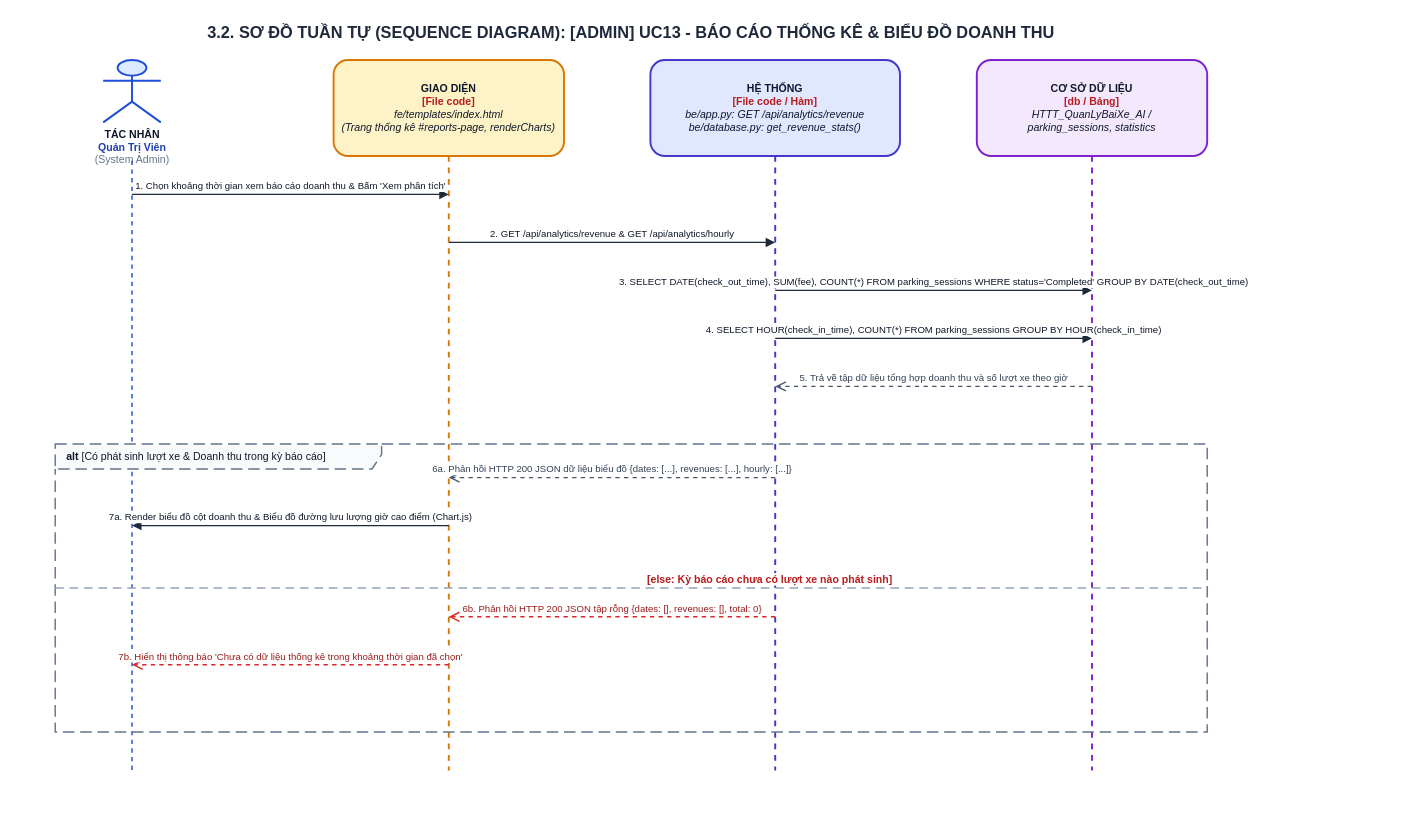
This is ongthanquoctruong_24CT2_cnpm/docs/drawio/uc13_admin_analytics.drawio from Truong027/CNPM24, a draw.io file, before an edit. Source tidied: cells renumbered, new cells numbered last; positions are measured from the earlier drawing's top-left corner, leaving out a move shared by most shapes. Both pictures are drawn from the tidied source at 96%, with x=0, y=0 at pixel (16, 16).
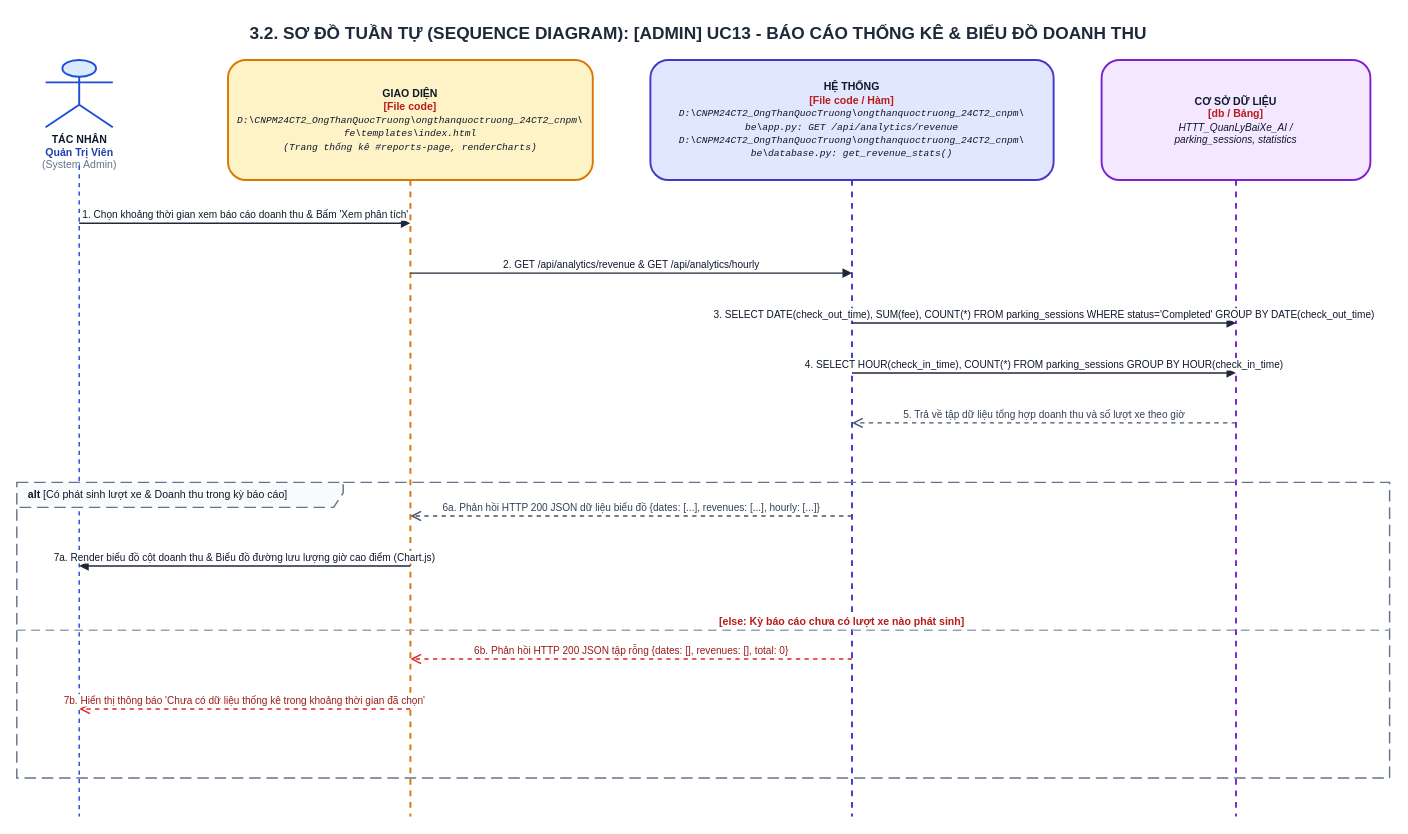
After the change.

What changed in the source:
```diff
@@
-    <mxCell id="2" value="&lt;b&gt;3.2. SƠ ĐỒ TUẦN TỰ (SEQUENCE DIAGRAM): [ADMIN] UC13 - BÁO CÁO THỐNG KÊ &amp; BIỂU ĐỒ DOANH THU&lt;/b&gt;" style="text;html=1;strokeColor=none;fillColor=none;align=center;verticalAlign=middle;whiteSpace=wrap;rounded=0;fontSize=17;fontColor=#1E293B;fontStyle=1;" parent="1" vertex="1">
-      <mxGeometry width="1280" height="35" as="geometry" />
+    <mxCell id="2" value="&lt;b&gt;3.2. SƠ ĐỒ TUẦN TỰ (SEQUENCE DIAGRAM): [ADMIN] UC13 - BÁO CÁO THỐNG KÊ &amp; BIỂU ĐỒ DOANH THU&lt;/b&gt;" style="text;html=1;strokeColor=none;fillColor=none;align=center;verticalAlign=middle;whiteSpace=wrap;rounded=0;fontSize=18;fontColor=#1E293B;fontStyle=1;" parent="1" vertex="1">
+      <mxGeometry width="1420" height="35" as="geometry" />
     </mxCell>
     <mxCell id="3" value="&lt;b&gt;TÁC NHÂN&lt;/b&gt;&lt;br/&gt;&lt;font color='#1E40AF'&gt;&lt;b&gt;Quản Trị Viên&lt;/b&gt;&lt;/font&gt;&lt;br/&gt;&lt;font color='#64748B'&gt;(System Admin)&lt;/font&gt;" style="shape=umlActor;verticalLabelPosition=bottom;verticalAlign=top;html=1;fillColor=#DBEAFE;strokeColor=#1D4ED8;strokeWidth=2;fontSize=11;fontColor=#0F172A;align=center;" parent="1" vertex="1">
-      <mxGeometry x="90" y="45" width="60" height="65" as="geometry" />
+      <mxGeometry x="30" y="45" width="70" height="70" as="geometry" />
     </mxCell>
     <mxCell id="4" style="endArrow=none;dashed=1;html=1;strokeWidth=1.5;strokeColor=#1D4ED8;" parent="1" edge="1">
       <mxGeometry relative="1" as="geometry">
-        <mxPoint x="120" y="150" as="sourcePoint" />
-        <mxPoint x="120" y="785" as="targetPoint" />
+        <mxPoint x="65" y="155" as="sourcePoint" />
+        <mxPoint x="65" y="833" as="targetPoint" />
       </mxGeometry>
     </mxCell>
-    <mxCell id="5" value="&lt;b&gt;GIAO DIỆN&lt;/b&gt;&lt;br/&gt;&lt;font color='#B91C1C'&gt;&lt;b&gt;[File code]&lt;/b&gt;&lt;/font&gt;&lt;br/&gt;&lt;i&gt;fe/templates/index.html&lt;br/&gt;(Trang thống kê #reports-page, renderCharts)&lt;/i&gt;" style="shape=umlLifeline;perimeter=lifelinePerimeter;whiteSpace=wrap;html=1;size=100;fillColor=#FEF3C7;strokeColor=#D97706;strokeWidth=2;fontColor=#0F172A;rounded=1;shadow=0;fontSize=11;align=center;" parent="1" vertex="1">
-      <mxGeometry x="330" y="45" width="240" height="740" as="geometry" />
+    <mxCell id="5" value="&lt;b&gt;GIAO DIỆN&lt;/b&gt;&lt;br/&gt;&lt;font color='#B91C1C'&gt;&lt;b&gt;[File code]&lt;/b&gt;&lt;/font&gt;&lt;br/&gt;&lt;font style='font-size: 10px; font-family: Consolas, monospace;'&gt;&lt;i&gt;D:\CNPM24CT2_OngThanQuocTruong\ongthanquoctruong_24CT2_cnpm\&lt;br/&gt;fe\templates\index.html&lt;br/&gt;(Trang thống kê #reports-page, renderCharts)&lt;/i&gt;&lt;/font&gt;" style="shape=umlLifeline;perimeter=lifelinePerimeter;whiteSpace=wrap;html=1;size=125;fillColor=#FEF3C7;strokeColor=#D97706;strokeWidth=2;fontColor=#0F172A;rounded=1;shadow=0;fontSize=11;align=center;" parent="1" vertex="1">
+      <mxGeometry x="220" y="45" width="380" height="788" as="geometry" />
     </mxCell>
-    <mxCell id="6" value="&lt;b&gt;HỆ THỐNG&lt;/b&gt;&lt;br/&gt;&lt;font color='#B91C1C'&gt;&lt;b&gt;[File code / Hàm]&lt;/b&gt;&lt;/font&gt;&lt;br/&gt;&lt;i&gt;be/app.py: GET /api/analytics/revenue&lt;br/&gt;be/database.py: get_revenue_stats()&lt;/i&gt;" style="shape=umlLifeline;perimeter=lifelinePerimeter;whiteSpace=wrap;html=1;size=100;fillColor=#E0E7FF;strokeColor=#4338CA;strokeWidth=2;fontColor=#0F172A;rounded=1;shadow=0;fontSize=11;align=center;" parent="1" vertex="1">
-      <mxGeometry x="660" y="45" width="260" height="740" as="geometry" />
+    <mxCell id="6" value="&lt;b&gt;HỆ THỐNG&lt;/b&gt;&lt;br/&gt;&lt;font color='#B91C1C'&gt;&lt;b&gt;[File code / Hàm]&lt;/b&gt;&lt;/font&gt;&lt;br/&gt;&lt;font style='font-size: 10px; font-family: Consolas, monospace;'&gt;&lt;i&gt;D:\CNPM24CT2_OngThanQuocTruong\ongthanquoctruong_24CT2_cnpm\&lt;br/&gt;be\app.py: GET /api/analytics/revenue&lt;br/&gt;D:\CNPM24CT2_OngThanQuocTruong\ongthanquoctruong_24CT2_cnpm\&lt;br/&gt;be\database.py: get_revenue_stats()&lt;/i&gt;&lt;/font&gt;" style="shape=umlLifeline;perimeter=lifelinePerimeter;whiteSpace=wrap;html=1;size=125;fillColor=#E0E7FF;strokeColor=#4338CA;strokeWidth=2;fontColor=#0F172A;rounded=1;shadow=0;fontSize=11;align=center;" parent="1" vertex="1">
+      <mxGeometry x="660" y="45" width="420" height="788" as="geometry" />
     </mxCell>
-    <mxCell id="7" value="&lt;b&gt;CƠ SỞ DỮ LIỆU&lt;/b&gt;&lt;br/&gt;&lt;font color='#B91C1C'&gt;&lt;b&gt;[db / Bảng]&lt;/b&gt;&lt;/font&gt;&lt;br/&gt;&lt;i&gt;HTTT_QuanLyBaiXe_AI /&lt;br/&gt;parking_sessions, statistics&lt;/i&gt;" style="shape=umlLifeline;perimeter=lifelinePerimeter;whiteSpace=wrap;html=1;size=100;fillColor=#F3E8FF;strokeColor=#7E22CE;strokeWidth=2;fontColor=#0F172A;rounded=1;shadow=0;fontSize=11;align=center;" parent="1" vertex="1">
-      <mxGeometry x="1000" y="45" width="240" height="740" as="geometry" />
+    <mxCell id="7" value="&lt;b&gt;CƠ SỞ DỮ LIỆU&lt;/b&gt;&lt;br/&gt;&lt;font color='#B91C1C'&gt;&lt;b&gt;[db / Bảng]&lt;/b&gt;&lt;/font&gt;&lt;br/&gt;&lt;font style='font-size: 10.5px;'&gt;&lt;i&gt;HTTT_QuanLyBaiXe_AI /&lt;br/&gt;parking_sessions, statistics&lt;/i&gt;&lt;/font&gt;" style="shape=umlLifeline;perimeter=lifelinePerimeter;whiteSpace=wrap;html=1;size=125;fillColor=#F3E8FF;strokeColor=#7E22CE;strokeWidth=2;fontColor=#0F172A;rounded=1;shadow=0;fontSize=11;align=center;" parent="1" vertex="1">
+      <mxGeometry x="1130" y="45" width="280" height="788" as="geometry" />
     </mxCell>
-    <mxCell id="8" value="1. Chọn khoảng thời gian xem báo cáo doanh thu &amp; Bấm 'Xem phân tích'" style="html=1;verticalAlign=bottom;endArrow=block;rounded=0;strokeColor=#1E293B;strokeWidth=1.5;fontColor=#0F172A;fontSize=10;" parent="1" edge="1">
+    <mxCell id="8" value="1. Chọn khoảng thời gian xem báo cáo doanh thu &amp; Bấm 'Xem phân tích'" style="html=1;verticalAlign=bottom;endArrow=block;rounded=0;strokeColor=#1E293B;strokeWidth=1.5;fontColor=#0F172A;fontSize=10.5;" parent="1" edge="1">
       <mxGeometry relative="1" as="geometry">
-        <mxPoint x="120" y="185" as="sourcePoint" />
-        <mxPoint x="450" y="185" as="targetPoint" />
+        <mxPoint x="65" y="215" as="sourcePoint" />
+        <mxPoint x="410" y="215" as="targetPoint" />
       </mxGeometry>
     </mxCell>
-    <mxCell id="9" value="2. GET /api/analytics/revenue &amp; GET /api/analytics/hourly" style="html=1;verticalAlign=bottom;endArrow=block;rounded=0;strokeColor=#1E293B;strokeWidth=1.5;fontColor=#0F172A;fontSize=10;" parent="1" edge="1">
+    <mxCell id="9" value="2. GET /api/analytics/revenue &amp; GET /api/analytics/hourly" style="html=1;verticalAlign=bottom;endArrow=block;rounded=0;strokeColor=#1E293B;strokeWidth=1.5;fontColor=#0F172A;fontSize=10.5;" parent="1" edge="1">
       <mxGeometry relative="1" as="geometry">
-        <mxPoint x="450" y="235" as="sourcePoint" />
-        <mxPoint x="790" y="235" as="targetPoint" />
+        <mxPoint x="410" y="267" as="sourcePoint" />
+        <mxPoint x="870" y="267" as="targetPoint" />
       </mxGeometry>
     </mxCell>
-    <mxCell id="10" value="3. SELECT DATE(check_out_time), SUM(fee), COUNT(*) FROM parking_sessions WHERE status='Completed' GROUP BY DATE(check_out_time)" style="html=1;verticalAlign=bottom;endArrow=block;rounded=0;strokeColor=#1E293B;strokeWidth=1.5;fontColor=#0F172A;fontSize=10;" parent="1" edge="1">
+    <mxCell id="10" value="3. SELECT DATE(check_out_time), SUM(fee), COUNT(*) FROM parking_sessions WHERE status='Completed' GROUP BY DATE(check_out_time)" style="html=1;verticalAlign=bottom;endArrow=block;rounded=0;strokeColor=#1E293B;strokeWidth=1.5;fontColor=#0F172A;fontSize=10.5;" parent="1" edge="1">
       <mxGeometry relative="1" as="geometry">
-        <mxPoint x="790" y="285" as="sourcePoint" />
-        <mxPoint x="1120" y="285" as="targetPoint" />
+        <mxPoint x="870" y="319" as="sourcePoint" />
+        <mxPoint x="1270" y="319" as="targetPoint" />
       </mxGeometry>
     </mxCell>
-    <mxCell id="11" value="4. SELECT HOUR(check_in_time), COUNT(*) FROM parking_sessions GROUP BY HOUR(check_in_time)" style="html=1;verticalAlign=bottom;endArrow=block;rounded=0;strokeColor=#1E293B;strokeWidth=1.5;fontColor=#0F172A;fontSize=10;" parent="1" edge="1">
+    <mxCell id="11" value="4. SELECT HOUR(check_in_time), COUNT(*) FROM parking_sessions GROUP BY HOUR(check_in_time)" style="html=1;verticalAlign=bottom;endArrow=block;rounded=0;strokeColor=#1E293B;strokeWidth=1.5;fontColor=#0F172A;fontSize=10.5;" parent="1" edge="1">
       <mxGeometry relative="1" as="geometry">
-        <mxPoint x="790" y="335" as="sourcePoint" />
-        <mxPoint x="1120" y="335" as="targetPoint" />
+        <mxPoint x="870" y="371" as="sourcePoint" />
+        <mxPoint x="1270" y="371" as="targetPoint" />
       </mxGeometry>
     </mxCell>
-    <mxCell id="12" value="5. Trả về tập dữ liệu tổng hợp doanh thu và số lượt xe theo giờ" style="html=1;verticalAlign=bottom;endArrow=open;dashed=1;endSize=8;rounded=0;strokeColor=#475569;strokeWidth=1.5;fontColor=#334155;fontSize=10;" parent="1" edge="1">
+    <mxCell id="12" value="5. Trả về tập dữ liệu tổng hợp doanh thu và số lượt xe theo giờ" style="html=1;verticalAlign=bottom;endArrow=open;dashed=1;endSize=8;rounded=0;strokeColor=#475569;strokeWidth=1.5;fontColor=#334155;fontSize=10.5;" parent="1" edge="1">
       <mxGeometry relative="1" as="geometry">
-        <mxPoint x="1120" y="385" as="sourcePoint" />
-        <mxPoint x="790" y="385" as="targetPoint" />
+        <mxPoint x="1270" y="423" as="sourcePoint" />
+        <mxPoint x="870" y="423" as="targetPoint" />
       </mxGeometry>
     </mxCell>
     <mxCell id="13" value="&lt;b&gt;alt&lt;/b&gt; [Có phát sinh lượt xe &amp; Doanh thu trong kỳ báo cáo]" style="shape=umlFrame;whiteSpace=wrap;html=1;width=340;height=26;dashed=1;dashPattern=8 4;strokeColor=#64748B;fillColor=#F8FAFC;strokeWidth=1.5;align=left;spacingLeft=10;verticalAlign=top;fontStyle=0;fontSize=11;fontColor=#0F172A;" parent="1" vertex="1">
-      <mxGeometry x="40" y="445" width="1200" height="300" as="geometry" />
+      <mxGeometry y="485" width="1430" height="308" as="geometry" />
     </mxCell>
-    <mxCell id="14" value="6a. Phản hồi HTTP 200 JSON dữ liệu biểu đồ {dates: [...], revenues: [...], hourly: [...]}" style="html=1;verticalAlign=bottom;endArrow=open;dashed=1;endSize=8;rounded=0;strokeColor=#475569;strokeWidth=1.5;fontColor=#334155;fontSize=10;" parent="1" edge="1">
+    <mxCell id="14" value="6a. Phản hồi HTTP 200 JSON dữ liệu biểu đồ {dates: [...], revenues: [...], hourly: [...]}" style="html=1;verticalAlign=bottom;endArrow=open;dashed=1;endSize=8;rounded=0;strokeColor=#475569;strokeWidth=1.5;fontColor=#334155;fontSize=10.5;" parent="1" edge="1">
       <mxGeometry relative="1" as="geometry">
-        <mxPoint x="790" y="480" as="sourcePoint" />
-        <mxPoint x="450" y="480" as="targetPoint" />
+        <mxPoint x="870" y="520" as="sourcePoint" />
+        <mxPoint x="410" y="520" as="targetPoint" />
       </mxGeometry>
     </mxCell>
-    <mxCell id="15" value="7a. Render biểu đồ cột doanh thu &amp; Biểu đồ đường lưu lượng giờ cao điểm (Chart.js)" style="html=1;verticalAlign=bottom;endArrow=block;rounded=0;strokeColor=#1E293B;strokeWidth=1.5;fontColor=#0F172A;fontSize=10;" parent="1" edge="1">
+    <mxCell id="15" value="7a. Render biểu đồ cột doanh thu &amp; Biểu đồ đường lưu lượng giờ cao điểm (Chart.js)" style="html=1;verticalAlign=bottom;endArrow=block;rounded=0;strokeColor=#1E293B;strokeWidth=1.5;fontColor=#0F172A;fontSize=10.5;" parent="1" edge="1">
       <mxGeometry relative="1" as="geometry">
-        <mxPoint x="450" y="530" as="sourcePoint" />
-        <mxPoint x="120" y="530" as="targetPoint" />
+        <mxPoint x="410" y="572" as="sourcePoint" />
+        <mxPoint x="65" y="572" as="targetPoint" />
       </mxGeometry>
     </mxCell>
     <mxCell id="16" value="&lt;b&gt;[else: Kỳ báo cáo chưa có lượt xe nào phát sinh]&lt;/b&gt;" style="html=1;strokeWidth=1.5;strokeColor=#94A3B8;dashed=1;dashPattern=6 4;endArrow=none;align=left;verticalAlign=bottom;spacingLeft=15;fontColor=#B91C1C;fontSize=11;fontStyle=0;" parent="1" edge="1">
       <mxGeometry relative="1" as="geometry">
-        <mxPoint x="40" y="595" as="sourcePoint" />
-        <mxPoint x="1240" y="595" as="targetPoint" />
+        <mxPoint y="639" as="sourcePoint" />
+        <mxPoint x="1430" y="639" as="targetPoint" />
       </mxGeometry>
     </mxCell>
-    <mxCell id="17" value="6b. Phản hồi HTTP 200 JSON tập rỗng {dates: [], revenues: [], total: 0}" style="html=1;verticalAlign=bottom;endArrow=open;dashed=1;endSize=8;rounded=0;strokeColor=#DC2626;strokeWidth=1.5;fontColor=#991B1B;fontSize=10;" parent="1" edge="1">
+    <mxCell id="17" value="6b. Phản hồi HTTP 200 JSON tập rỗng {dates: [], revenues: [], total: 0}" style="html=1;verticalAlign=bottom;endArrow=open;dashed=1;endSize=8;rounded=0;strokeColor=#DC2626;strokeWidth=1.5;fontColor=#991B1B;fontSize=10.5;" parent="1" edge="1">
       <mxGeometry relative="1" as="geometry">
-        <mxPoint x="790" y="625" as="sourcePoint" />
-        <mxPoint x="450" y="625" as="targetPoint" />
+        <mxPoint x="870" y="669" as="sourcePoint" />
+        <mxPoint x="410" y="669" as="targetPoint" />
       </mxGeometry>
     </mxCell>
-    <mxCell id="18" value="7b. Hiển thị thông báo 'Chưa có dữ liệu thống kê trong khoảng thời gian đã chọn'" style="html=1;verticalAlign=bottom;endArrow=open;dashed=1;endSize=8;rounded=0;strokeColor=#DC2626;strokeWidth=1.5;fontColor=#991B1B;fontSize=10;" parent="1" edge="1">
+    <mxCell id="18" value="7b. Hiển thị thông báo 'Chưa có dữ liệu thống kê trong khoảng thời gian đã chọn'" style="html=1;verticalAlign=bottom;endArrow=open;dashed=1;endSize=8;rounded=0;strokeColor=#DC2626;strokeWidth=1.5;fontColor=#991B1B;fontSize=10.5;" parent="1" edge="1">
       <mxGeometry relative="1" as="geometry">
-        <mxPoint x="450" y="675" as="sourcePoint" />
-        <mxPoint x="120" y="675" as="targetPoint" />
+        <mxPoint x="410" y="721" as="sourcePoint" />
+        <mxPoint x="65" y="721" as="targetPoint" />
       </mxGeometry>
     </mxCell>
```
